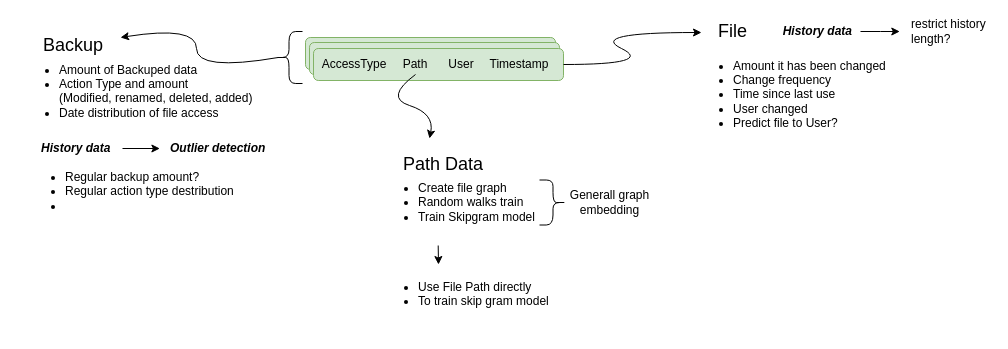
The draw.io diagram diagrams/Dataflow.drawio in Blaxzter/AI-RWTH-Internship, before the edit. Source tidied: cells renumbered, new cells numbered last; positions are measured from the earlier drawing's top-left corner, leaving out a move shared by most shapes. Both pictures are drawn from the tidied source at 100%, with x=0, y=0 at pixel (17, 21).
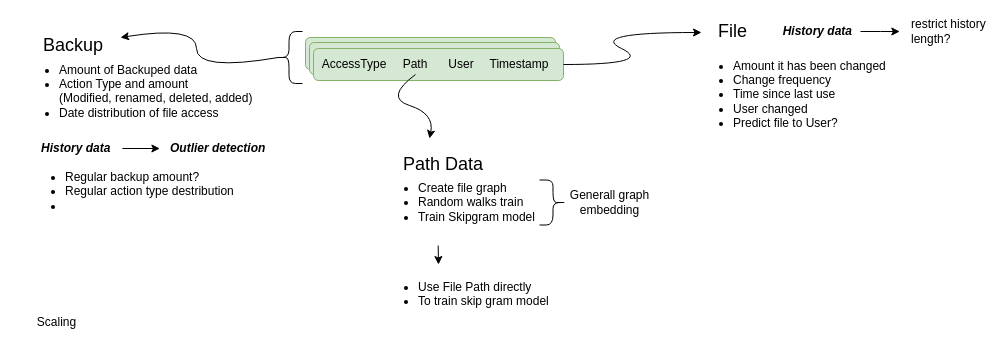
Above is the later version.

What changed in the source:
```diff
@@
+    <mxCell id="34" value="Scaling" style="text;html=1;align=center;verticalAlign=middle;" parent="1" vertex="1">
+      <mxGeometry x="14" y="292" width="49" height="18" as="geometry" />
+    </mxCell>
```
